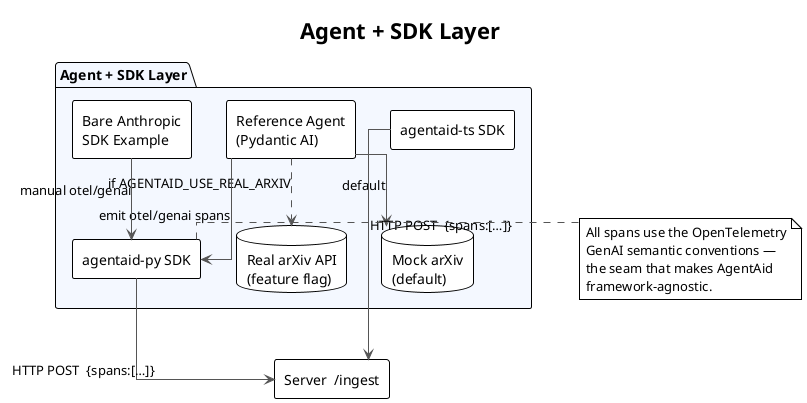
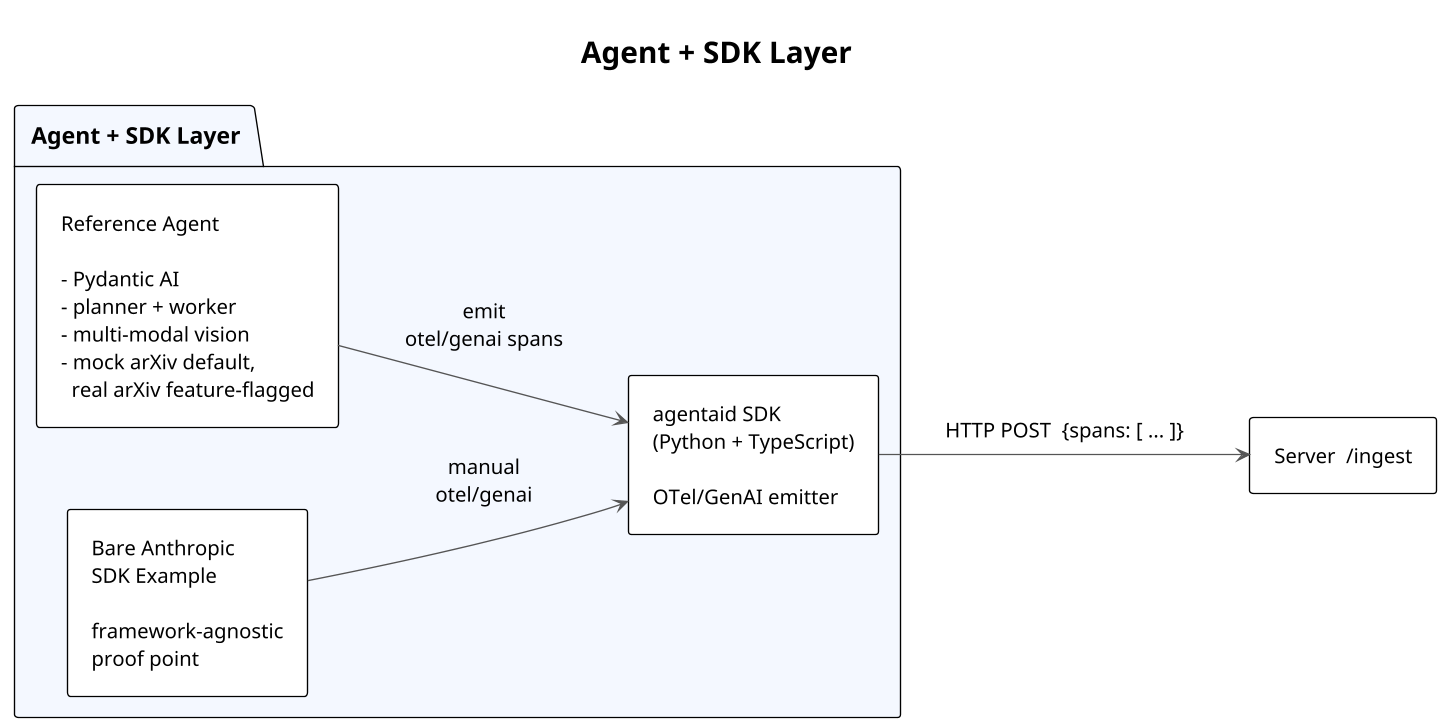
@startuml agent-sdk-layer
!theme plain
skinparam backgroundColor white
skinparam componentStyle rectangle
- skinparam linetype ortho
+ skinparam dpi 130
skinparam packageBackgroundColor #f4f8ff
skinparam componentBackgroundColor #ffffff
skinparam ArrowColor #555555
+ skinparam defaultFontName Helvetica
+ skinparam defaultFontSize 15
+ skinparam packageFontSize 17
+ skinparam packageFontStyle bold
+ skinparam nodesep 60
+ skinparam ranksep 80
+ skinparam padding 8

title Agent + SDK Layer

+ left to right direction
+ 
package "Agent + SDK Layer" #f4f8ff {
-   [Reference Agent\n(Pydantic AI)] as Agent
-   [Bare Anthropic\nSDK Example] as Bare
-   component "agentaid-py SDK" as PySdk
-   component "agentaid-ts SDK" as TsSdk
-   database "Mock arXiv\n(default)" as Mock
-   database "Real arXiv API\n(feature flag)" as Real
+   [Reference Agent\n\n- Pydantic AI\n- planner + worker\n- multi-modal vision\n- mock arXiv default,\n  real arXiv feature-flagged] as Agent
+   [Bare Anthropic\nSDK Example\n\nframework-agnostic\nproof point] as Bare
+   component "agentaid SDK\n(Python + TypeScript)\n\nOTel/GenAI emitter" as Sdk
+ 
+   Agent --> Sdk : emit\notel/genai spans
+   Bare  --> Sdk : manual\notel/genai
}

[Server  /ingest] as Ingest
- 
- Agent --> Mock : default
- Agent ..> Real : if AGENTAID_USE_REAL_ARXIV
- Agent --> PySdk : emit otel/genai spans
- Bare --> PySdk : manual otel/genai
- 
- PySdk --> Ingest : HTTP POST  {spans:[…]}
- TsSdk --> Ingest : HTTP POST  {spans:[…]}
- 
- note right of PySdk
-   All spans use the OpenTelemetry
-   GenAI semantic conventions —
-   the seam that makes AgentAid
-   framework-agnostic.
- end note
+ Sdk --> Ingest : HTTP POST  {spans: [ ... ]}

@enduml
